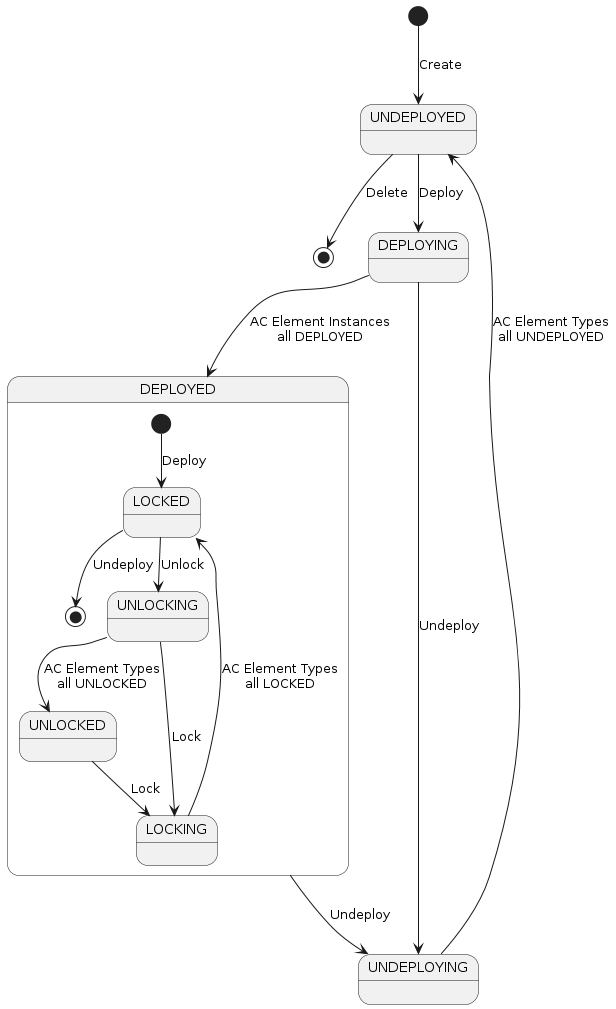
Above: docs/clamp/acm/images/acm-states/AcInstanceStates.png in onap/policy-parent (PlantUML), before the change. Its source is kept beside it as docs/clamp/acm/plantuml/states/AcInstanceStates.puml.
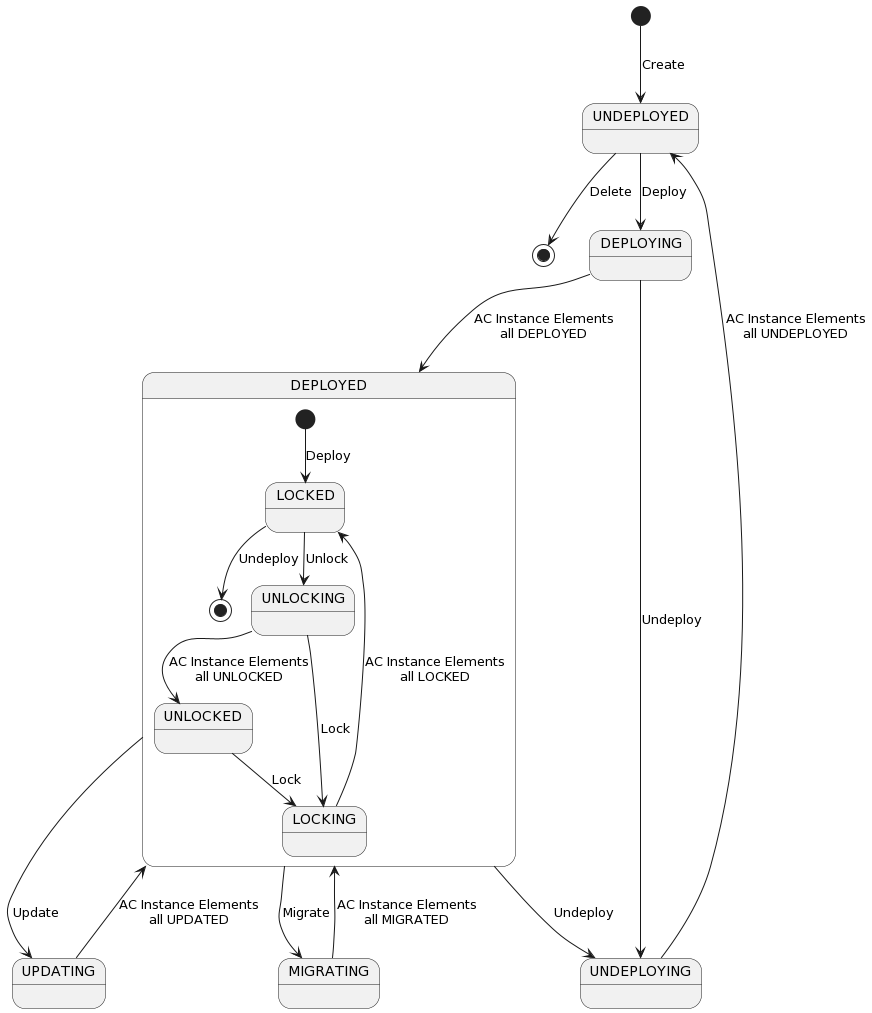
The same file after the commit.

Diff of the diagram source:
```diff
@@ -3,20 +3,23 @@
 [*] --> UNDEPLOYED: Create
 UNDEPLOYED --> [*]: Delete
 UNDEPLOYED --> DEPLOYING: Deploy
-DEPLOYING --> DEPLOYED: AC Element Instances\nall DEPLOYED
+DEPLOYING --> DEPLOYED: AC Instance Elements\nall DEPLOYED
 DEPLOYING --> UNDEPLOYING: Undeploy
 DEPLOYED --> UNDEPLOYING: Undeploy
-UNDEPLOYING --> UNDEPLOYED: AC Element Types\nall UNDEPLOYED
-
+DEPLOYED --> UPDATING: Update
+DEPLOYED --> MIGRATING: Migrate
+UPDATING --> DEPLOYED: AC Instance Elements\nall UPDATED
+MIGRATING --> DEPLOYED: AC Instance Elements\nall MIGRATED
+UNDEPLOYING --> UNDEPLOYED: AC Instance Elements\nall UNDEPLOYED
 
 state DEPLOYED {
  [*] --> LOCKED: Deploy
  LOCKED --> [*]: Undeploy
  LOCKED --> UNLOCKING: Unlock
- UNLOCKING --> UNLOCKED: AC Element Types\nall UNLOCKED
+ UNLOCKING --> UNLOCKED: AC Instance Elements\nall UNLOCKED
  UNLOCKED --> LOCKING: Lock
  UNLOCKING --> LOCKING: Lock
- LOCKING --> LOCKED: AC Element Types\nall LOCKED
+ LOCKING --> LOCKED: AC Instance Elements\nall LOCKED
 }
 
 @enduml
```
